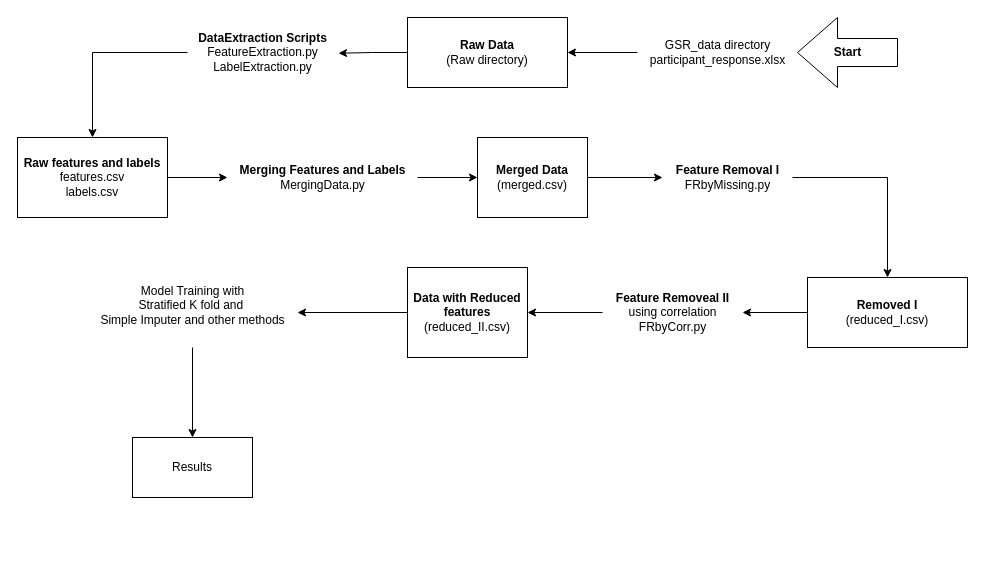
Before: ViewPipeline/pipeline.drawio in vickvey/Project-PPG, a draw.io diagram. Source tidied: cells renumbered, new cells numbered last; positions are measured from the earlier drawing's top-left corner, leaving out a move shared by most shapes. Both pictures are drawn from the tidied source at 100%, with x=0, y=0 at pixel (17, 17).
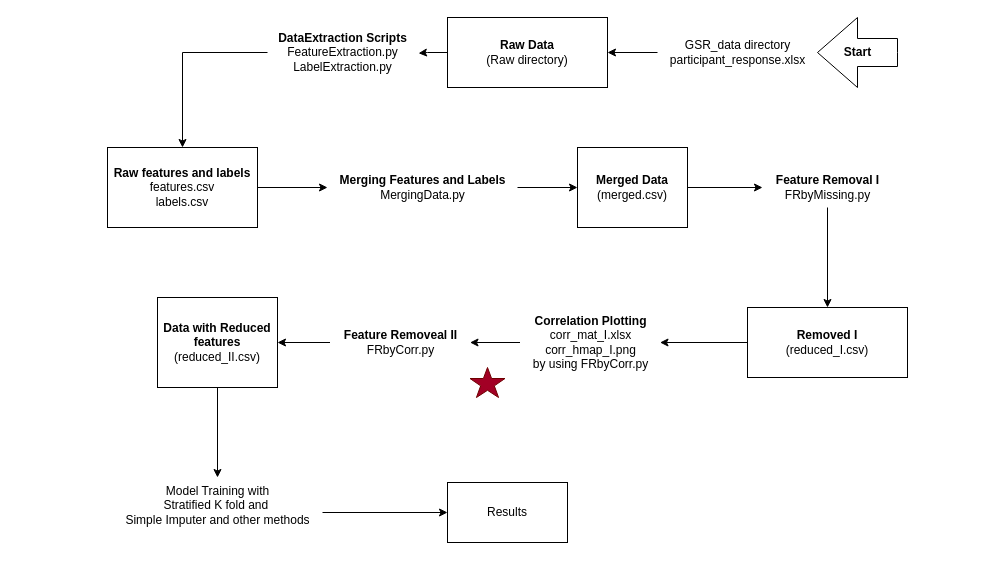
Above is the later version.

The edit, as a diff of the source:
```diff
@@
     <mxCell id="3" value="&lt;b&gt;Raw Data&lt;/b&gt;&lt;div&gt;(Raw directory)&lt;/div&gt;" style="html=1;whiteSpace=wrap;" parent="1" vertex="1">
-      <mxGeometry x="390" width="160" height="70" as="geometry" />
+      <mxGeometry x="430" width="160" height="70" as="geometry" />
     </mxCell>
@@
     <mxCell id="5" value="&lt;b&gt;DataExtraction Scripts&lt;/b&gt;&lt;div&gt;FeatureExtraction.py&lt;/div&gt;&lt;div&gt;LabelExtraction.py&lt;/div&gt;" style="text;html=1;align=center;verticalAlign=middle;points=[];strokeColor=none;fillColor=none;" parent="1" vertex="1">
-      <mxGeometry x="170" y="5" width="150" height="60" as="geometry" />
+      <mxGeometry x="250" y="5" width="150" height="60" as="geometry" />
     </mxCell>
@@
     <mxCell id="7" value="&lt;b&gt;Merging Features and Labels&lt;/b&gt;&lt;div&gt;MergingData.py&lt;/div&gt;" style="text;html=1;align=center;verticalAlign=middle;points=[];strokeColor=none;fillColor=none;" parent="1" vertex="1">
-      <mxGeometry x="210" y="140" width="190" height="40" as="geometry" />
+      <mxGeometry x="310" y="150" width="190" height="40" as="geometry" />
     </mxCell>
@@
     <mxCell id="9" value="GSR_data directory&lt;div&gt;&lt;span style=&quot;background-color: initial;&quot;&gt;participant_response.xlsx&lt;/span&gt;&lt;/div&gt;" style="text;html=1;align=center;verticalAlign=middle;points=[];strokeColor=none;fillColor=none;" parent="1" vertex="1">
-      <mxGeometry x="620" y="15" width="160" height="40" as="geometry" />
+      <mxGeometry x="640" y="15" width="160" height="40" as="geometry" />
     </mxCell>
@@
     <mxCell id="11" value="&lt;div&gt;&lt;b&gt;Raw features and labels&lt;/b&gt;&lt;/div&gt;features.csv&lt;div&gt;labels.csv&lt;/div&gt;" style="whiteSpace=wrap;html=1;" parent="1" vertex="1">
-      <mxGeometry y="120" width="150" height="80" as="geometry" />
+      <mxGeometry x="90" y="130" width="150" height="80" as="geometry" />
     </mxCell>
@@
     <mxCell id="13" value="&lt;b&gt;Merged Data&lt;/b&gt;&lt;div&gt;(merged.csv)&lt;/div&gt;" style="html=1;whiteSpace=wrap;" parent="1" vertex="1">
-      <mxGeometry x="460" y="120" width="110" height="80" as="geometry" />
+      <mxGeometry x="560" y="130" width="110" height="80" as="geometry" />
     </mxCell>
@@
     <mxCell id="15" value="&lt;b&gt;Feature Removal I&lt;/b&gt;&lt;br&gt;&lt;div&gt;FRbyMissing.py&lt;/div&gt;" style="text;html=1;align=center;verticalAlign=middle;points=[];strokeColor=none;fillColor=none;" parent="1" vertex="1">
-      <mxGeometry x="645" y="140" width="130" height="40" as="geometry" />
+      <mxGeometry x="745" y="150" width="130" height="40" as="geometry" />
     </mxCell>
-    <mxCell id="16" style="edgeStyle=orthogonalEdgeStyle;rounded=0;jettySize=auto;html=1;" parent="1" edge="1" source="17" target="19">
+    <mxCell id="16" style="edgeStyle=orthogonalEdgeStyle;rounded=0;jettySize=auto;html=1;" parent="1" edge="1" source="28" target="19">
       <mxGeometry relative="1" as="geometry" />
     </mxCell>
     <mxCell id="17" value="&lt;div&gt;&lt;div&gt;&lt;div&gt;&lt;b&gt;Removed I&lt;/b&gt;&lt;/div&gt;&lt;div&gt;(reduced_I.csv)&lt;/div&gt;&lt;/div&gt;&lt;/div&gt;" style="whiteSpace=wrap;html=1;" parent="1" vertex="1">
-      <mxGeometry x="790" y="260" width="160" height="70" as="geometry" />
+      <mxGeometry x="730" y="290" width="160" height="70" as="geometry" />
     </mxCell>
@@
-    <mxCell id="19" value="&lt;b&gt;Feature Removeal II&lt;/b&gt;&lt;div&gt;using correlation&lt;/div&gt;&lt;div&gt;FRbyCorr.py&lt;/div&gt;" style="text;html=1;align=center;verticalAlign=middle;points=[];strokeColor=none;fillColor=none;" parent="1" vertex="1">
-      <mxGeometry x="585" y="265" width="140" height="60" as="geometry" />
+    <mxCell id="19" value="&lt;b&gt;Feature Removeal II&lt;/b&gt;&lt;div&gt;FRbyCorr.py&lt;/div&gt;" style="text;html=1;align=center;verticalAlign=middle;points=[];strokeColor=none;fillColor=none;" parent="1" vertex="1">
+      <mxGeometry x="312.5" y="305" width="140" height="40" as="geometry" />
     </mxCell>
@@
     <mxCell id="21" value="&lt;b&gt;Data with Reduced features&lt;/b&gt;&lt;div&gt;(reduced_II.csv)&lt;/div&gt;" style="whiteSpace=wrap;html=1;" parent="1" vertex="1">
-      <mxGeometry x="390" y="250" width="120" height="90" as="geometry" />
+      <mxGeometry x="140" y="280" width="120" height="90" as="geometry" />
     </mxCell>
-    <mxCell id="22" style="edgeStyle=orthogonalEdgeStyle;rounded=0;jettySize=auto;html=1;entryX=0.5;entryY=0;entryDx=0;entryDy=0;" parent="1" edge="1" source="23" target="24">
+    <mxCell id="22" style="edgeStyle=orthogonalEdgeStyle;rounded=0;jettySize=auto;html=1;" parent="1" edge="1" source="23" target="24">
       <mxGeometry relative="1" as="geometry" />
     </mxCell>
     <mxCell id="23" value="Model Training with&lt;div&gt;Stratified K fold and&amp;nbsp;&lt;/div&gt;&lt;div&gt;Simple Imputer and other methods&lt;/div&gt;&lt;div&gt;&lt;br&gt;&lt;/div&gt;" style="text;html=1;align=center;verticalAlign=middle;points=[];strokeColor=none;fillColor=none;" parent="1" vertex="1">
-      <mxGeometry x="70" y="260" width="210" height="70" as="geometry" />
+      <mxGeometry x="95" y="460" width="210" height="70" as="geometry" />
     </mxCell>
     <mxCell id="24" value="Results" style="whiteSpace=wrap;html=1;" parent="1" vertex="1">
-      <mxGeometry x="115" y="420" width="120" height="60" as="geometry" />
+      <mxGeometry x="430" y="465" width="120" height="60" as="geometry" />
     </mxCell>
     <mxCell id="25" value="&lt;b&gt;Start&lt;/b&gt;" style="html=1;shadow=0;dashed=0;align=center;verticalAlign=middle;shape=mxgraph.arrows2.arrow;dy=0.6;dx=40;flipH=1;notch=0;" parent="1" vertex="1">
-      <mxGeometry x="780" width="100" height="70" as="geometry" />
+      <mxGeometry x="800" width="80" height="70" as="geometry" />
     </mxCell>
+    <mxCell id="26" style="verticalLabelPosition=bottom;verticalAlign=top;html=1;shape=mxgraph.basic.star;fillColor=#a20025;fontColor=#ffffff;strokeColor=#6F0000;" parent="1" vertex="1">
+      <mxGeometry x="452.5" y="350" width="35" height="30" as="geometry" />
+    </mxCell>
+    <mxCell id="27" style="edgeStyle=orthogonalEdgeStyle;rounded=0;jettySize=auto;html=1;" parent="1" edge="1" source="17" target="28">
+      <mxGeometry relative="1" as="geometry" />
+    </mxCell>
+    <mxCell id="28" value="&lt;b&gt;Correlation Plotting&lt;/b&gt;&lt;div&gt;corr_mat_I.xlsx&lt;/div&gt;&lt;div&gt;corr_hmap_I.png&lt;/div&gt;&lt;div&gt;by using FRbyCorr.py&lt;/div&gt;" style="text;html=1;align=center;verticalAlign=middle;points=[];strokeColor=none;fillColor=none;" parent="1" vertex="1">
+      <mxGeometry x="502.5" y="290" width="140" height="70" as="geometry" />
+    </mxCell>
```
